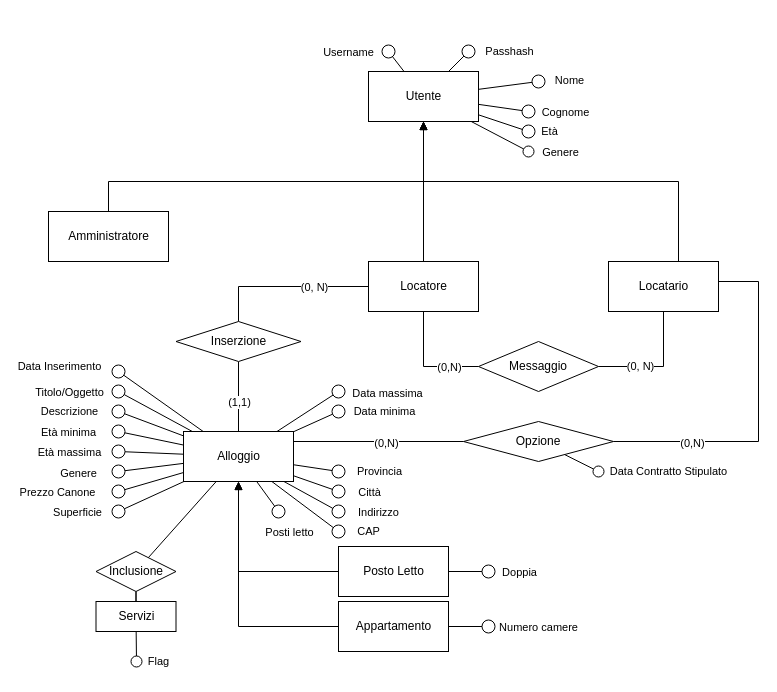
Before: diagrams/database.drawio in begbaj/tecweb, a draw.io diagram. Source tidied: cells renumbered, new cells numbered last; positions are measured from the earlier drawing's top-left corner, leaving out a move shared by most shapes. Both pictures are drawn from the tidied source at 100%, with x=0, y=0 at pixel (48, 51).
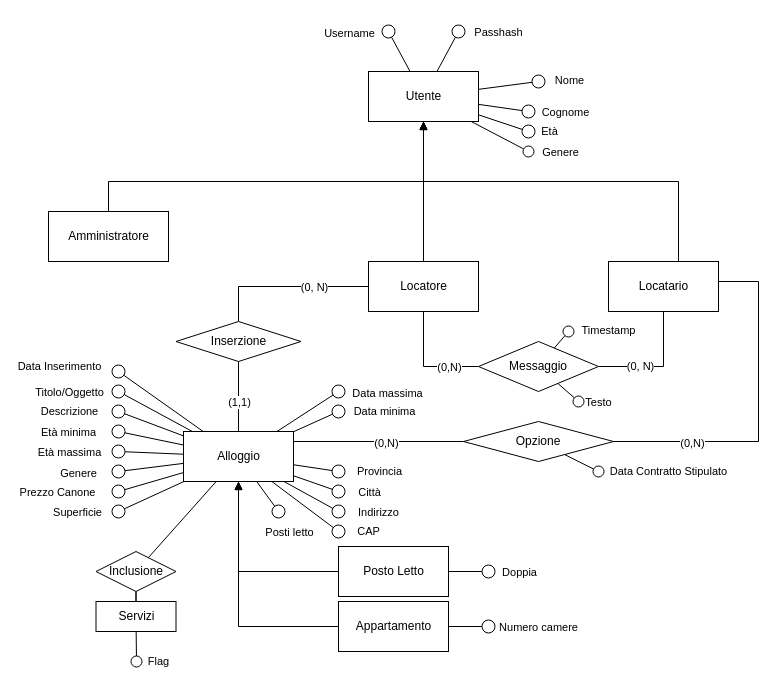
The same page after the edit.

Unchanged cells that the change refers to:
```xml
<mxCell id="24" value="Utente" style="html=1;" parent="1" vertex="1">
  <mxGeometry x="320" y="20" width="110" height="50" as="geometry" />
</mxCell>
<mxCell id="69" value="Messaggio" style="rhombus;whiteSpace=wrap;html=1;" parent="1" vertex="1">
  <mxGeometry x="430" y="290" width="120" height="50" as="geometry" />
</mxCell>
```

What changed in the source:
```diff
@@
     <mxCell id="12" style="rounded=0;jettySize=auto;html=1;endArrow=oval;endFill=0;endSize=13;" parent="1" edge="1" source="24">
       <mxGeometry relative="1" as="geometry">
-        <mxPoint x="340" as="targetPoint" />
+        <mxPoint x="340" y="-20" as="targetPoint" />
       </mxGeometry>
     </mxCell>
@@
     <mxCell id="14" style="edgeStyle=none;rounded=0;jettySize=auto;html=1;endArrow=oval;endFill=0;endSize=13;" parent="1" edge="1" source="24">
       <mxGeometry relative="1" as="geometry">
-        <mxPoint x="420" as="targetPoint" />
+        <mxPoint x="410" y="-20" as="targetPoint" />
       </mxGeometry>
     </mxCell>
     <mxCell id="15" value="Passhash" style="edgeLabel;html=1;align=center;verticalAlign=middle;" parent="14" vertex="1">
       <mxGeometry x="1" y="5" relative="1" as="geometry">
-        <mxPoint x="44" y="3" as="offset" />
+        <mxPoint x="44" y="2" as="offset" />
       </mxGeometry>
     </mxCell>
@@
+    <mxCell id="84" style="edgeStyle=none;rounded=0;jettySize=auto;html=1;endArrow=oval;endFill=0;endSize=11;" parent="1" edge="1" source="69">
+      <mxGeometry relative="1" as="geometry">
+        <mxPoint x="530" y="350" as="targetPoint" />
+      </mxGeometry>
+    </mxCell>
+    <mxCell id="85" value="Testo" style="edgeLabel;html=1;align=center;verticalAlign=middle;" parent="84" vertex="1">
+      <mxGeometry x="1" y="-6" relative="1" as="geometry">
+        <mxPoint x="24" y="-4" as="offset" />
+      </mxGeometry>
+    </mxCell>
+    <mxCell id="86" style="edgeStyle=none;rounded=0;jettySize=auto;html=1;endArrow=oval;endFill=0;endSize=11;" parent="1" edge="1" source="69">
+      <mxGeometry relative="1" as="geometry">
+        <mxPoint x="520" y="280" as="targetPoint" />
+      </mxGeometry>
+    </mxCell>
+    <mxCell id="87" value="Timestamp" style="edgeLabel;html=1;align=center;verticalAlign=middle;" parent="86" vertex="1">
+      <mxGeometry x="1" y="-6" relative="1" as="geometry">
+        <mxPoint x="35" y="-5" as="offset" />
+      </mxGeometry>
+    </mxCell>
```
